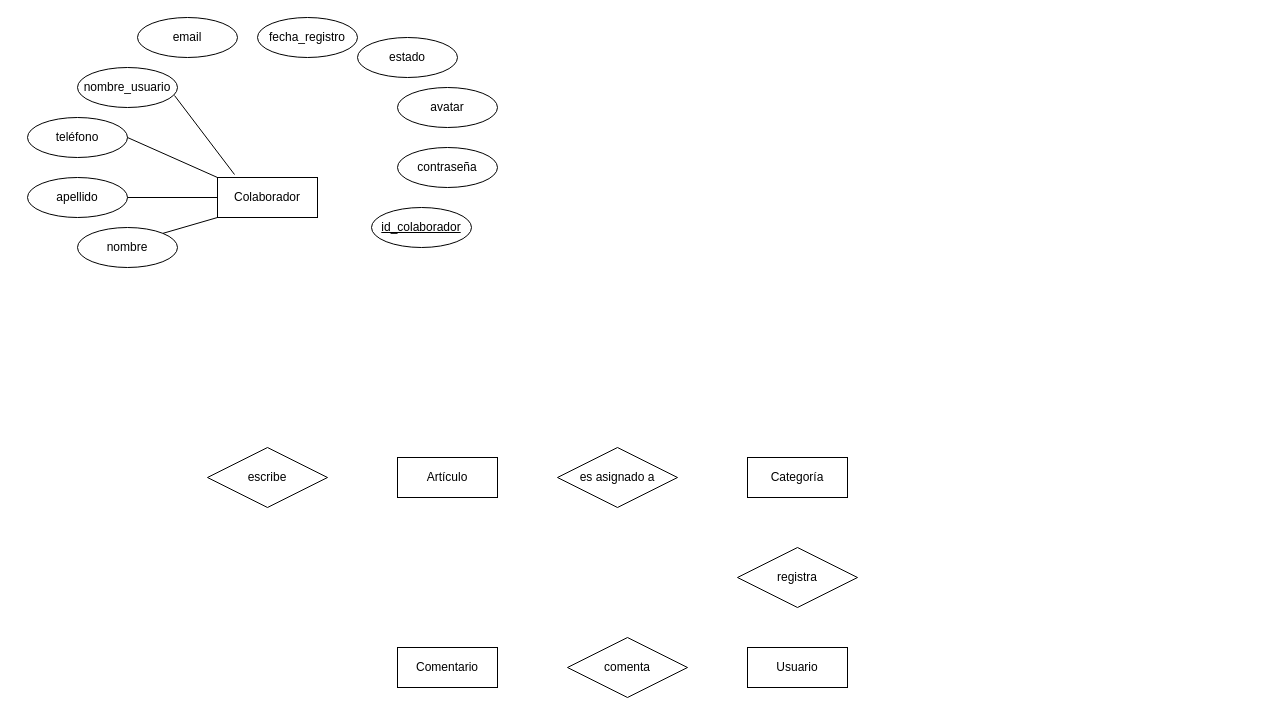
Before: page "Página-2" (2 of 2) of Semana5/Desafio5.drawio in PatriNet77/2023-info-com-8, a draw.io diagram. Source tidied: cells renumbered, new cells numbered last; positions are measured from the earlier drawing's top-left corner, leaving out a move shared by most shapes. Both pictures are drawn from the tidied source at 100%, with x=0, y=0 at pixel (27, 17).
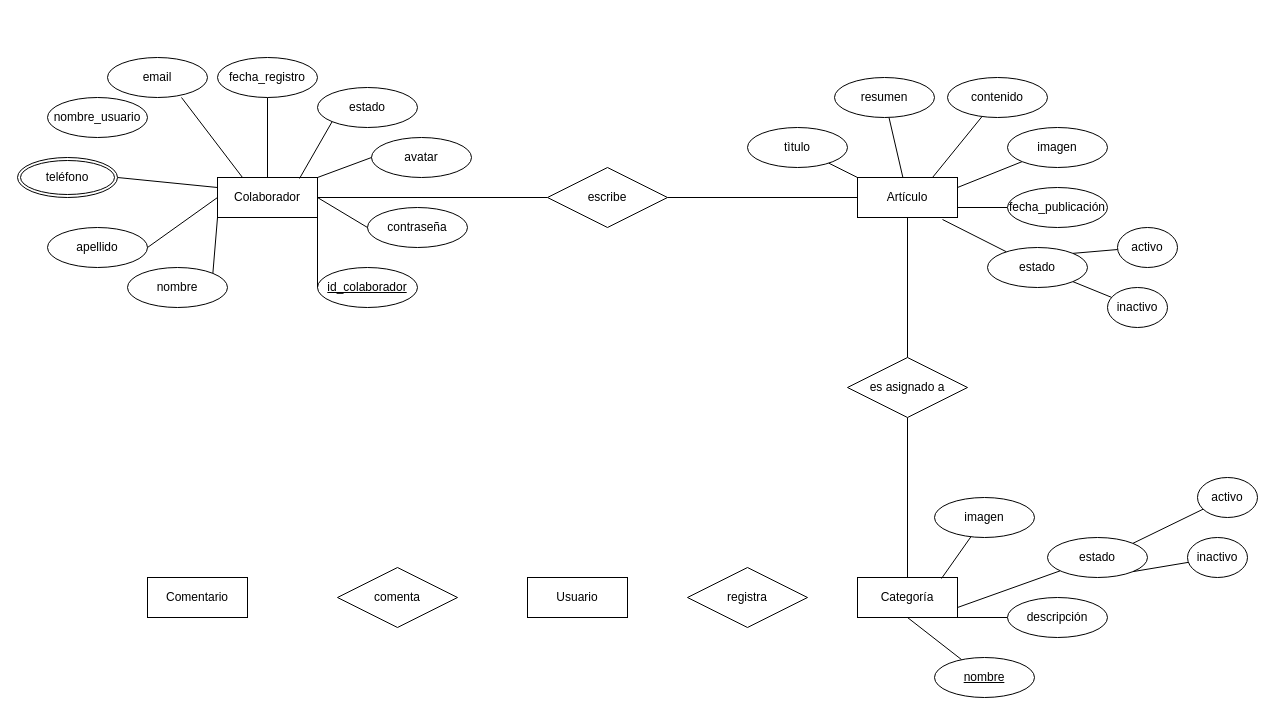
The same page after the edit.

The change refers to these unchanged cells:
```xml
<mxCell id="2" value="Colaborador" style="whiteSpace=wrap;html=1;align=center;" parent="1" vertex="1">
  <mxGeometry x="190" y="160" width="100" height="40" as="geometry" />
</mxCell>
```

Diff of the diagram source:
```diff
@@
+    <mxCell id="25" style="rounded=0;jettySize=auto;html=1;endArrow=none;endFill=0;" parent="1" edge="1" source="2" target="7">
+      <mxGeometry relative="1" as="geometry" />
+    </mxCell>
@@
+    <mxCell id="26" style="edgeStyle=orthogonalEdgeStyle;rounded=0;jettySize=auto;html=1;exitX=0.5;exitY=1;exitDx=0;exitDy=0;endArrow=none;endFill=0;" parent="1" edge="1" source="3" target="8">
+      <mxGeometry relative="1" as="geometry" />
+    </mxCell>
     <mxCell id="3" value="Artículo" style="whiteSpace=wrap;html=1;align=center;" parent="1" vertex="1">
-      <mxGeometry x="370" y="440" width="100" height="40" as="geometry" />
+      <mxGeometry x="830" y="160" width="100" height="40" as="geometry" />
     </mxCell>
     <mxCell id="4" value="Categoría" style="whiteSpace=wrap;html=1;align=center;" parent="1" vertex="1">
-      <mxGeometry x="720" y="440" width="100" height="40" as="geometry" />
+      <mxGeometry x="830" y="560" width="100" height="40" as="geometry" />
     </mxCell>
     <mxCell id="5" value="Usuario" style="whiteSpace=wrap;html=1;align=center;" parent="1" vertex="1">
-      <mxGeometry x="720" y="630" width="100" height="40" as="geometry" />
+      <mxGeometry x="500" y="560" width="100" height="40" as="geometry" />
     </mxCell>
     <mxCell id="6" value="Comentario" style="whiteSpace=wrap;html=1;align=center;" parent="1" vertex="1">
-      <mxGeometry x="370" y="630" width="100" height="40" as="geometry" />
+      <mxGeometry x="120" y="560" width="100" height="40" as="geometry" />
     </mxCell>
+    <mxCell id="27" style="rounded=0;jettySize=auto;html=1;entryX=0;entryY=0.5;entryDx=0;entryDy=0;endArrow=none;endFill=0;" parent="1" edge="1" source="7" target="3">
+      <mxGeometry relative="1" as="geometry" />
+    </mxCell>
     <mxCell id="7" value="escribe" style="shape=rhombus;perimeter=rhombusPerimeter;whiteSpace=wrap;html=1;align=center;" parent="1" vertex="1">
-      <mxGeometry x="180" y="430" width="120" height="60" as="geometry" />
+      <mxGeometry x="520" y="150" width="120" height="60" as="geometry" />
     </mxCell>
+    <mxCell id="28" style="edgeStyle=orthogonalEdgeStyle;rounded=0;jettySize=auto;html=1;entryX=0.5;entryY=0;entryDx=0;entryDy=0;endArrow=none;endFill=0;" parent="1" edge="1" source="8" target="4">
+      <mxGeometry relative="1" as="geometry" />
+    </mxCell>
     <mxCell id="8" value="es asignado a" style="shape=rhombus;perimeter=rhombusPerimeter;whiteSpace=wrap;html=1;align=center;" parent="1" vertex="1">
-      <mxGeometry x="530" y="430" width="120" height="60" as="geometry" />
+      <mxGeometry x="820" y="340" width="120" height="60" as="geometry" />
     </mxCell>
     <mxCell id="9" value="registra" style="shape=rhombus;perimeter=rhombusPerimeter;whiteSpace=wrap;html=1;align=center;" parent="1" vertex="1">
-      <mxGeometry x="710" y="530" width="120" height="60" as="geometry" />
+      <mxGeometry x="660" y="550" width="120" height="60" as="geometry" />
     </mxCell>
     <mxCell id="10" value="comenta" style="shape=rhombus;perimeter=rhombusPerimeter;whiteSpace=wrap;html=1;align=center;" parent="1" vertex="1">
-      <mxGeometry x="540" y="620" width="120" height="60" as="geometry" />
+      <mxGeometry x="310" y="550" width="120" height="60" as="geometry" />
     </mxCell>
-    <mxCell id="11" value="teléfono" style="ellipse;whiteSpace=wrap;html=1;align=center;" parent="1" vertex="1">
-      <mxGeometry y="100" width="100" height="40" as="geometry" />
-    </mxCell>
     <mxCell id="12" value="nombre_usuario" style="ellipse;whiteSpace=wrap;html=1;align=center;" parent="1" vertex="1">
-      <mxGeometry x="50" y="50" width="100" height="40" as="geometry" />
+      <mxGeometry x="20" y="80" width="100" height="40" as="geometry" />
     </mxCell>
     <mxCell id="13" value="email" style="ellipse;whiteSpace=wrap;html=1;align=center;" parent="1" vertex="1">
-      <mxGeometry x="110" width="100" height="40" as="geometry" />
+      <mxGeometry x="80" y="40" width="100" height="40" as="geometry" />
     </mxCell>
     <mxCell id="14" value="contraseña" style="ellipse;whiteSpace=wrap;html=1;align=center;" parent="1" vertex="1">
-      <mxGeometry x="370" y="130" width="100" height="40" as="geometry" />
+      <mxGeometry x="340" y="190" width="100" height="40" as="geometry" />
     </mxCell>
     <mxCell id="15" value="apellido" style="ellipse;whiteSpace=wrap;html=1;align=center;" parent="1" vertex="1">
-      <mxGeometry y="160" width="100" height="40" as="geometry" />
+      <mxGeometry x="20" y="210" width="100" height="40" as="geometry" />
     </mxCell>
     <mxCell id="16" value="id_colaborador" style="ellipse;whiteSpace=wrap;html=1;align=center;fontStyle=4;" parent="1" vertex="1">
-      <mxGeometry x="344" y="190" width="100" height="40" as="geometry" />
+      <mxGeometry x="290" y="250" width="100" height="40" as="geometry" />
     </mxCell>
+    <mxCell id="29" style="rounded=0;jettySize=auto;html=1;endArrow=none;endFill=0;" parent="1" edge="1" source="17" target="2">
+      <mxGeometry relative="1" as="geometry" />
+    </mxCell>
     <mxCell id="17" value="fecha_registro" style="ellipse;whiteSpace=wrap;html=1;align=center;" parent="1" vertex="1">
-      <mxGeometry x="230" width="100" height="40" as="geometry" />
+      <mxGeometry x="190" y="40" width="100" height="40" as="geometry" />
     </mxCell>
     <mxCell id="18" value="estado" style="ellipse;whiteSpace=wrap;html=1;align=center;" parent="1" vertex="1">
-      <mxGeometry x="330" y="20" width="100" height="40" as="geometry" />
+      <mxGeometry x="290" y="70" width="100" height="40" as="geometry" />
     </mxCell>
     <mxCell id="19" value="nombre" style="ellipse;whiteSpace=wrap;html=1;align=center;" parent="1" vertex="1">
-      <mxGeometry x="50" y="210" width="100" height="40" as="geometry" />
+      <mxGeometry x="100" y="250" width="100" height="40" as="geometry" />
     </mxCell>
     <mxCell id="20" value="avatar" style="ellipse;whiteSpace=wrap;html=1;align=center;" parent="1" vertex="1">
-      <mxGeometry x="370" y="70" width="100" height="40" as="geometry" />
+      <mxGeometry x="344" y="120" width="100" height="40" as="geometry" />
     </mxCell>
@@
-    <mxCell id="23" style="endArrow=none;html=1;rounded=0;entryX=0;entryY=0;entryDx=0;entryDy=0;exitX=1;exitY=0.5;exitDx=0;exitDy=0;" parent="1" edge="1" source="11" target="2">
+    <mxCell id="23" style="rounded=0;jettySize=auto;html=1;exitX=1;exitY=0.5;exitDx=0;exitDy=0;entryX=0;entryY=0.25;entryDx=0;entryDy=0;endArrow=none;endFill=0;" parent="1" edge="1" source="11" target="2">
       <mxGeometry relative="1" as="geometry" />
     </mxCell>
-    <mxCell id="24" style="endArrow=none;html=1;rounded=0;exitX=0.97;exitY=0.775;exitDx=0;exitDy=0;exitPerimeter=0;entryX=0.17;entryY=-0.075;entryDx=0;entryDy=0;entryPerimeter=0;" parent="1" edge="1" target="2">
-      <mxGeometry relative="1" as="geometry">
-        <mxPoint x="147" y="78" as="sourcePoint" />
-      </mxGeometry>
-    </mxCell>
+    <mxCell id="11" value="teléfono" style="ellipse;shape=doubleEllipse;margin=3;whiteSpace=wrap;html=1;align=center;" parent="1" vertex="1">
+      <mxGeometry x="-10" y="140" width="100" height="40" as="geometry" />
+    </mxCell>
+    <mxCell id="30" style="endArrow=none;html=1;rounded=0;exitX=0.74;exitY=1;exitDx=0;exitDy=0;exitPerimeter=0;entryX=0.25;entryY=0;entryDx=0;entryDy=0;" parent="1" edge="1" source="13" target="2">
+      <mxGeometry relative="1" as="geometry" />
+    </mxCell>
+    <mxCell id="31" style="endArrow=none;html=1;rounded=0;entryX=0.82;entryY=0.025;entryDx=0;entryDy=0;entryPerimeter=0;exitX=0;exitY=1;exitDx=0;exitDy=0;" parent="1" edge="1" source="18" target="2">
+      <mxGeometry relative="1" as="geometry" />
+    </mxCell>
+    <mxCell id="32" style="endArrow=none;html=1;rounded=0;entryX=1;entryY=0;entryDx=0;entryDy=0;exitX=0;exitY=0.5;exitDx=0;exitDy=0;" parent="1" edge="1" source="20" target="2">
+      <mxGeometry relative="1" as="geometry" />
+    </mxCell>
+    <mxCell id="33" style="endArrow=none;html=1;rounded=0;entryX=1;entryY=0.5;entryDx=0;entryDy=0;exitX=0;exitY=0.5;exitDx=0;exitDy=0;" parent="1" edge="1" source="14" target="2">
+      <mxGeometry relative="1" as="geometry" />
+    </mxCell>
+    <mxCell id="34" style="endArrow=none;html=1;rounded=0;entryX=1;entryY=1;entryDx=0;entryDy=0;exitX=0;exitY=0.5;exitDx=0;exitDy=0;" parent="1" edge="1" source="16" target="2">
+      <mxGeometry relative="1" as="geometry" />
+    </mxCell>
+    <mxCell id="35" style="rounded=0;jettySize=auto;html=1;entryX=1;entryY=0.25;entryDx=0;entryDy=0;endArrow=none;endFill=0;" parent="1" edge="1" source="36" target="3">
+      <mxGeometry relative="1" as="geometry" />
+    </mxCell>
+    <mxCell id="36" value="imagen" style="ellipse;whiteSpace=wrap;html=1;align=center;" parent="1" vertex="1">
+      <mxGeometry x="980" y="110" width="100" height="40" as="geometry" />
+    </mxCell>
+    <mxCell id="37" style="rounded=0;jettySize=auto;html=1;entryX=0.75;entryY=0;entryDx=0;entryDy=0;endArrow=none;endFill=0;" parent="1" edge="1" source="38" target="3">
+      <mxGeometry relative="1" as="geometry" />
+    </mxCell>
+    <mxCell id="38" value="contenido" style="ellipse;whiteSpace=wrap;html=1;align=center;" parent="1" vertex="1">
+      <mxGeometry x="920" y="60" width="100" height="40" as="geometry" />
+    </mxCell>
+    <mxCell id="39" style="rounded=0;jettySize=auto;html=1;endArrow=none;endFill=0;" parent="1" edge="1" source="40" target="3">
+      <mxGeometry relative="1" as="geometry" />
+    </mxCell>
+    <mxCell id="40" value="resumen" style="ellipse;whiteSpace=wrap;html=1;align=center;" parent="1" vertex="1">
+      <mxGeometry x="807" y="60" width="100" height="40" as="geometry" />
+    </mxCell>
+    <mxCell id="41" style="rounded=0;jettySize=auto;html=1;entryX=0;entryY=0;entryDx=0;entryDy=0;endArrow=none;endFill=0;" parent="1" edge="1" source="42" target="3">
+      <mxGeometry relative="1" as="geometry" />
+    </mxCell>
+    <mxCell id="42" value="tìtulo" style="ellipse;whiteSpace=wrap;html=1;align=center;" parent="1" vertex="1">
+      <mxGeometry x="720" y="110" width="100" height="40" as="geometry" />
+    </mxCell>
+    <mxCell id="43" style="rounded=0;jettySize=auto;html=1;entryX=1;entryY=0.75;entryDx=0;entryDy=0;endArrow=none;endFill=0;" parent="1" edge="1" source="44" target="3">
+      <mxGeometry relative="1" as="geometry" />
+    </mxCell>
+    <mxCell id="44" value="fecha_publicación" style="ellipse;whiteSpace=wrap;html=1;align=center;" parent="1" vertex="1">
+      <mxGeometry x="980" y="170" width="100" height="40" as="geometry" />
+    </mxCell>
+    <mxCell id="45" style="rounded=0;jettySize=auto;html=1;entryX=0.85;entryY=1.05;entryDx=0;entryDy=0;entryPerimeter=0;endArrow=none;endFill=0;" parent="1" edge="1" source="46" target="3">
+      <mxGeometry relative="1" as="geometry" />
+    </mxCell>
+    <mxCell id="46" value="estado" style="ellipse;whiteSpace=wrap;html=1;align=center;" parent="1" vertex="1">
+      <mxGeometry x="960" y="230" width="100" height="40" as="geometry" />
+    </mxCell>
+    <mxCell id="47" style="rounded=0;jettySize=auto;html=1;entryX=1;entryY=0;entryDx=0;entryDy=0;endArrow=none;endFill=0;" parent="1" edge="1" source="48" target="46">
+      <mxGeometry relative="1" as="geometry" />
+    </mxCell>
+    <mxCell id="48" value="activo" style="ellipse;whiteSpace=wrap;html=1;align=center;" parent="1" vertex="1">
+      <mxGeometry x="1090" y="210" width="60" height="40" as="geometry" />
+    </mxCell>
+    <mxCell id="49" style="rounded=0;jettySize=auto;html=1;entryX=1;entryY=1;entryDx=0;entryDy=0;endArrow=none;endFill=0;" parent="1" edge="1" source="50" target="46">
+      <mxGeometry relative="1" as="geometry" />
+    </mxCell>
+    <mxCell id="50" value="inactivo" style="ellipse;whiteSpace=wrap;html=1;align=center;" parent="1" vertex="1">
+      <mxGeometry x="1080" y="270" width="60" height="40" as="geometry" />
+    </mxCell>
+    <mxCell id="51" style="rounded=0;jettySize=auto;html=1;entryX=0.84;entryY=0.025;entryDx=0;entryDy=0;entryPerimeter=0;endArrow=none;endFill=0;" parent="1" edge="1" source="52" target="4">
+      <mxGeometry relative="1" as="geometry" />
+    </mxCell>
+    <mxCell id="52" value="imagen" style="ellipse;whiteSpace=wrap;html=1;align=center;" parent="1" vertex="1">
+      <mxGeometry x="907" y="480" width="100" height="40" as="geometry" />
+    </mxCell>
+    <mxCell id="53" style="rounded=0;jettySize=auto;html=1;entryX=0.75;entryY=1;entryDx=0;entryDy=0;endArrow=none;endFill=0;" parent="1" edge="1" source="54" target="4">
+      <mxGeometry relative="1" as="geometry" />
+    </mxCell>
+    <mxCell id="54" value="descripción" style="ellipse;whiteSpace=wrap;html=1;align=center;" parent="1" vertex="1">
+      <mxGeometry x="980" y="580" width="100" height="40" as="geometry" />
+    </mxCell>
+    <mxCell id="55" style="rounded=0;jettySize=auto;html=1;entryX=0.5;entryY=1;entryDx=0;entryDy=0;endArrow=none;endFill=0;" parent="1" edge="1" source="56" target="4">
+      <mxGeometry relative="1" as="geometry" />
+    </mxCell>
+    <mxCell id="56" value="nombre" style="ellipse;whiteSpace=wrap;html=1;align=center;fontStyle=4;" parent="1" vertex="1">
+      <mxGeometry x="907" y="640" width="100" height="40" as="geometry" />
+    </mxCell>
+    <mxCell id="57" style="rounded=0;jettySize=auto;html=1;entryX=1;entryY=0.75;entryDx=0;entryDy=0;endArrow=none;endFill=0;" parent="1" edge="1" source="58" target="4">
+      <mxGeometry relative="1" as="geometry" />
+    </mxCell>
+    <mxCell id="58" value="estado" style="ellipse;whiteSpace=wrap;html=1;align=center;" parent="1" vertex="1">
+      <mxGeometry x="1020" y="520" width="100" height="40" as="geometry" />
+    </mxCell>
+    <mxCell id="59" style="rounded=0;jettySize=auto;html=1;entryX=1;entryY=0;entryDx=0;entryDy=0;endArrow=none;endFill=0;" parent="1" edge="1" source="60" target="58">
+      <mxGeometry relative="1" as="geometry" />
+    </mxCell>
+    <mxCell id="60" value="activo" style="ellipse;whiteSpace=wrap;html=1;align=center;" parent="1" vertex="1">
+      <mxGeometry x="1170" y="460" width="60" height="40" as="geometry" />
+    </mxCell>
+    <mxCell id="61" style="rounded=0;jettySize=auto;html=1;entryX=1;entryY=1;entryDx=0;entryDy=0;endArrow=none;endFill=0;" parent="1" edge="1" source="62" target="58">
+      <mxGeometry relative="1" as="geometry" />
+    </mxCell>
+    <mxCell id="62" value="inactivo" style="ellipse;whiteSpace=wrap;html=1;align=center;" parent="1" vertex="1">
+      <mxGeometry x="1160" y="520" width="60" height="40" as="geometry" />
+    </mxCell>
```
